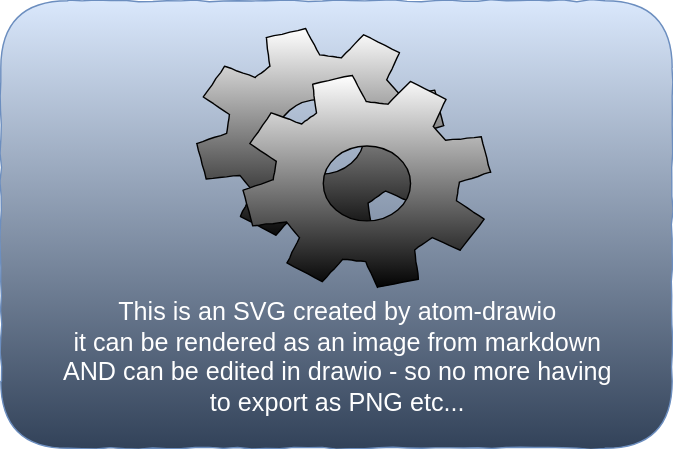
The draw.io diagram test.svg in gbevan/atom-drawio, before a commit. Source tidied: cells renumbered, new cells last; positions are measured from the earlier drawing's top-left corner, leaving out a move shared by most shapes. Its diagram source:
```xml
<mxGraphModel background="#ffffff">
  <root>
    <mxCell id="0" />
    <mxCell id="1" parent="0" />
    <mxCell id="2" value="This is an SVG created by atom-drawio&lt;br style=&quot;font-size: 18px&quot;&gt;it can be rendered as an image from markdown&lt;br style=&quot;font-size: 18px&quot;&gt;AND can be edited in drawio - so no more having&lt;br style=&quot;font-size: 18px&quot;&gt;to export as PNG etc...&lt;br&gt;&lt;br style=&quot;font-size: 18px&quot;&gt;" style="rounded=1;whiteSpace=wrap;html=1;comic=1;fillColor=#dae8fc;gradientColor=#324259;fontSize=18;fontColor=#FFFFFF;align=center;strokeColor=#6c8ebf;verticalAlign=bottom;" parent="1" vertex="1">
      <mxGeometry width="480" height="320" as="geometry" />
    </mxCell>
    <mxCell id="3" style="shape=mxgraph.bpmn.service_task;html=1;comic=1;fillColor=#FFFFFF;gradientColor=#030303;fontSize=13;fontColor=#000000;align=center;" parent="1" vertex="1">
      <mxGeometry x="140" y="20" width="210" height="185" as="geometry" />
    </mxCell>
  </root>
</mxGraphModel>
```
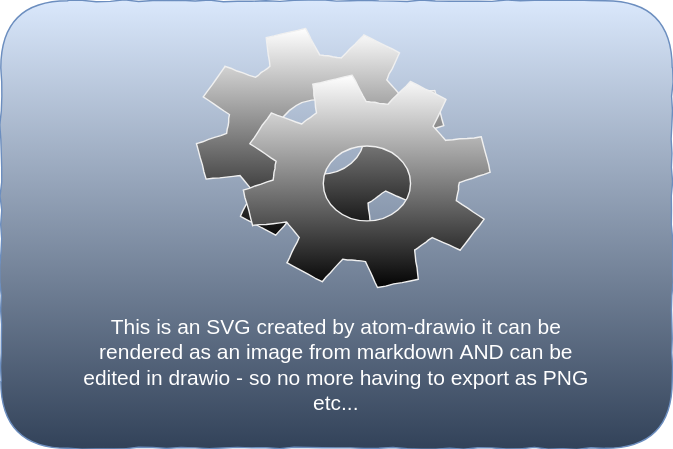
Later version of the same file.

Diff of the diagram source:
```diff
@@ -2,11 +2,14 @@
   <root>
     <mxCell id="0" />
     <mxCell id="1" parent="0" />
-    <mxCell id="2" value="This is an SVG created by atom-drawio&lt;br style=&quot;font-size: 18px&quot;&gt;it can be rendered as an image from markdown&lt;br style=&quot;font-size: 18px&quot;&gt;AND can be edited in drawio - so no more having&lt;br style=&quot;font-size: 18px&quot;&gt;to export as PNG etc...&lt;br&gt;&lt;br style=&quot;font-size: 18px&quot;&gt;" style="rounded=1;whiteSpace=wrap;html=1;comic=1;fillColor=#dae8fc;gradientColor=#324259;fontSize=18;fontColor=#FFFFFF;align=center;strokeColor=#6c8ebf;verticalAlign=bottom;" parent="1" vertex="1">
+    <mxCell id="2" value="&lt;br style=&quot;font-size: 15px&quot;&gt;" style="rounded=1;whiteSpace=wrap;html=1;comic=1;fillColor=#dae8fc;gradientColor=#324259;fontSize=15;fontColor=#FFFFFF;align=center;strokeColor=#6c8ebf;verticalAlign=bottom;" parent="1" vertex="1">
       <mxGeometry width="480" height="320" as="geometry" />
     </mxCell>
     <mxCell id="3" style="shape=mxgraph.bpmn.service_task;html=1;comic=1;fillColor=#FFFFFF;gradientColor=#030303;fontSize=13;fontColor=#000000;align=center;" parent="1" vertex="1">
       <mxGeometry x="140" y="20" width="210" height="185" as="geometry" />
     </mxCell>
+    <mxCell id="4" value="&lt;span&gt;This is an SVG created by atom-drawio&amp;nbsp;&lt;/span&gt;&lt;span&gt;it can be rendered as an image from markdown&amp;nbsp;&lt;/span&gt;&lt;span&gt;AND can be edited in drawio - so no more having&amp;nbsp;&lt;/span&gt;&lt;span&gt;to export as PNG etc...&lt;/span&gt;&lt;br&gt;" style="text;html=1;strokeColor=none;fillColor=none;align=center;verticalAlign=middle;whiteSpace=wrap;rounded=0;comic=1;fontSize=15;fontColor=#FFFFFF;spacingLeft=50;spacingRight=50;" parent="1" vertex="1">
+      <mxGeometry y="200" width="480" height="120" as="geometry" />
+    </mxCell>
   </root>
 </mxGraphModel>
```
